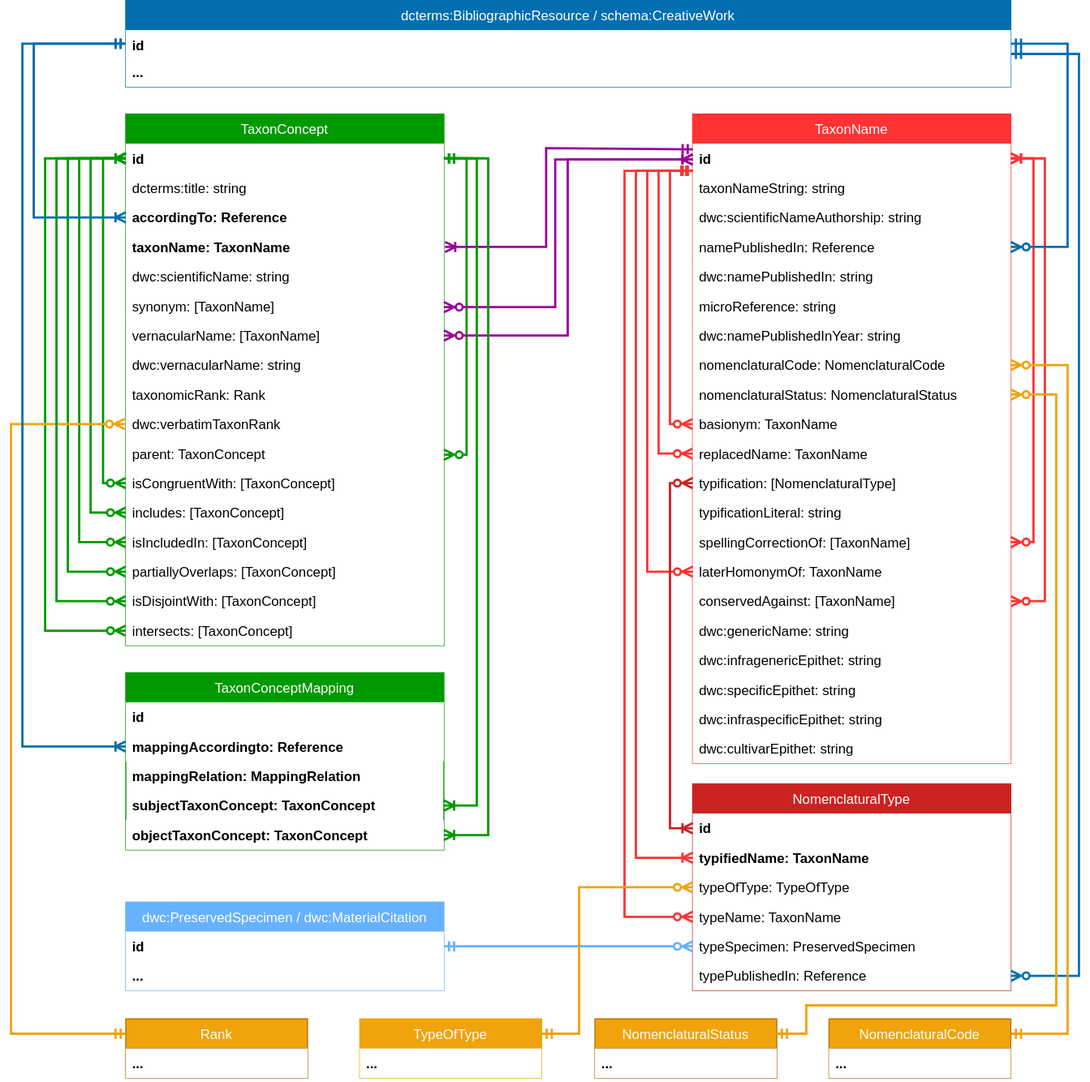
Above: docs/media/tcs-diagram-20240926.drawio.svg in tdwg/tcs2 (draw.io), before the change. Source tidied: cells renumbered, new cells last; positions are measured from the earlier drawing's top-left corner, leaving out a move shared by most shapes.
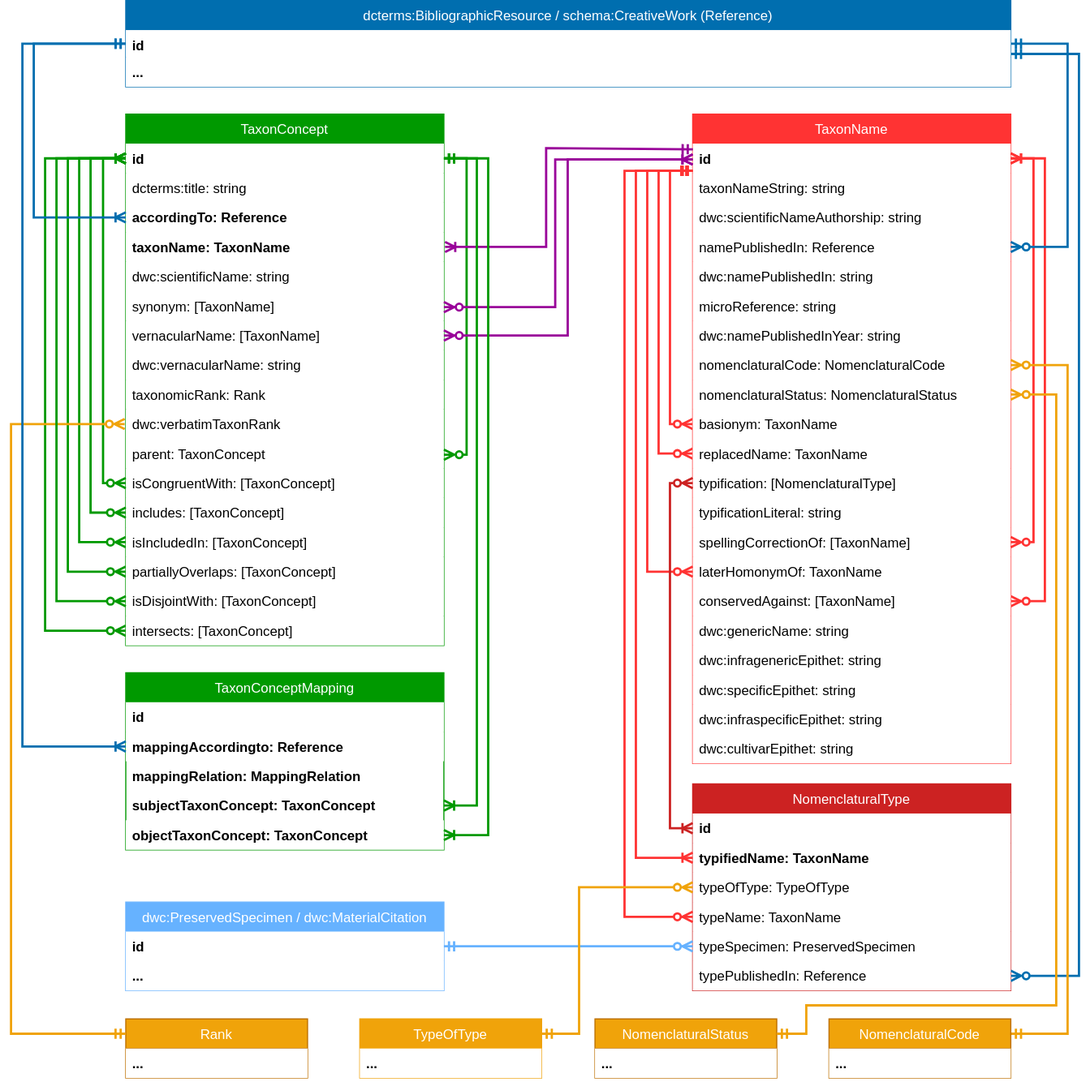
Above is the later version.

Commit message:
update TCS diagram

Change to the diagram source:
```diff
@@ -318,7 +318,7 @@
         </Array>
       </mxGeometry>
     </mxCell>
-    <mxCell id="76" value="dcterms:BibliographicResource / schema:CreativeWork" style="swimlane;fontStyle=0;horizontal=1;startSize=26;strokeWidth=1;strokeColor=#006EAF;fontColor=#ffffff;fillColor=#006EAF;" parent="1" vertex="1">
+    <mxCell id="76" value="dcterms:BibliographicResource / schema:CreativeWork (Reference)" style="swimlane;fontStyle=0;horizontal=1;startSize=26;strokeWidth=1;strokeColor=#006EAF;fontColor=#ffffff;fillColor=#006EAF;" parent="1" vertex="1">
       <mxGeometry x="101" width="779" height="76" as="geometry" />
     </mxCell>
     <mxCell id="77" value="id" style="text;strokeColor=none;align=left;verticalAlign=top;spacingLeft=4;spacingRight=4;overflow=hidden;points=[[0,0.5],[1,0.5]];portConstraint=eastwest;fontStyle=1;fillColor=#ffffff;" parent="76" vertex="1">
```
